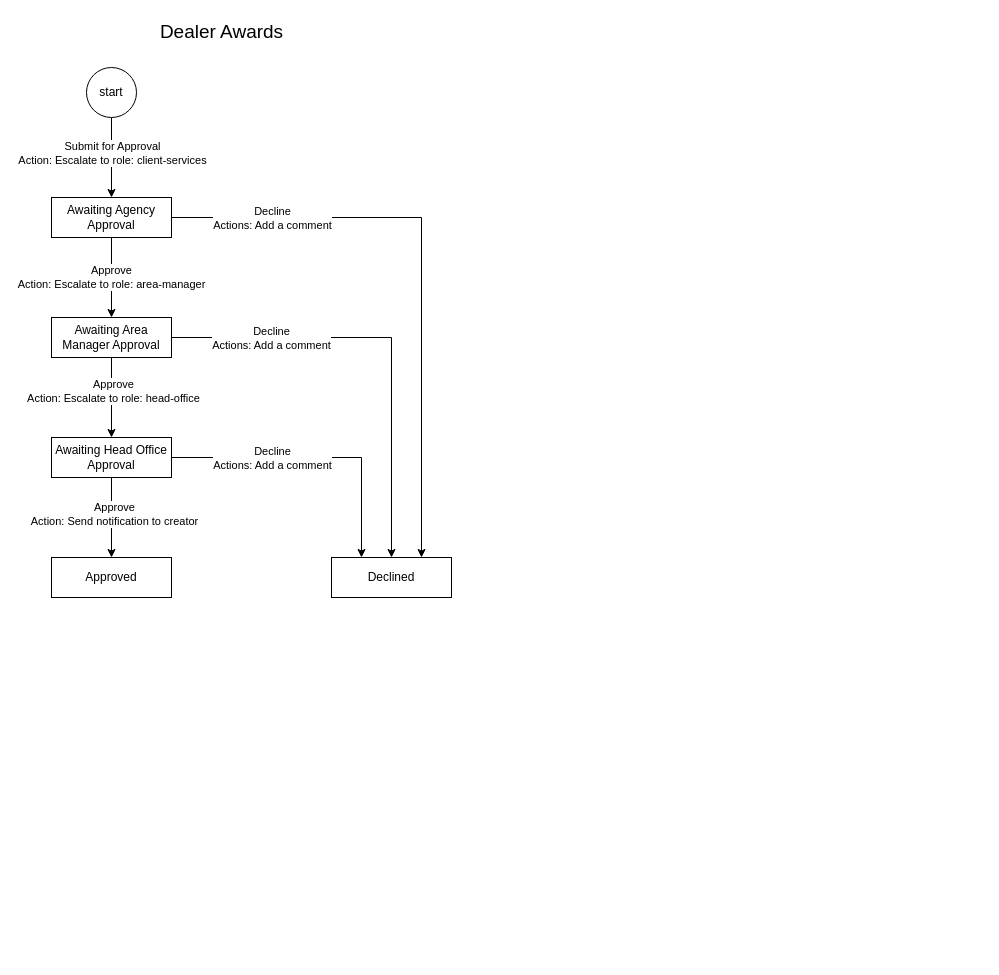
Earlier version of the draw.io diagram Dealer Awards.drawio (rladigital/workflow-diagrams). Source tidied: cells renumbered, new cells numbered last; positions are measured from the earlier drawing's top-left corner, leaving out a move shared by most shapes. Both pictures are drawn from the tidied source at 100%, with x=0, y=0 at pixel (51, 17).
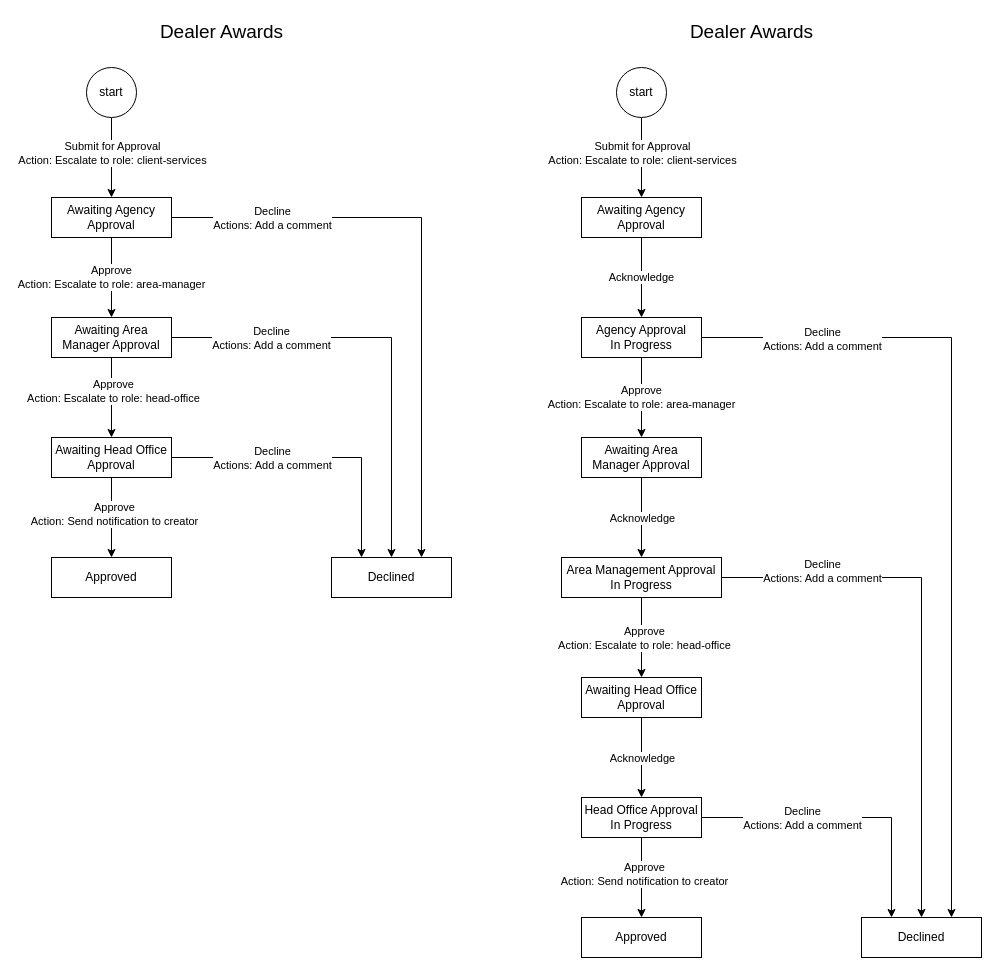
Above is the later version.

Commit message:
Added acknowledge steps

What changed in the source:
```diff
@@
+    <mxCell id="22" value="Dealer Awards" style="text;html=1;strokeColor=none;fillColor=none;align=center;verticalAlign=middle;rounded=0;fontSize=19;" parent="1" vertex="1">
+      <mxGeometry x="670" width="60" height="30" as="geometry" />
+    </mxCell>
+    <mxCell id="23" style="edgeStyle=orthogonalEdgeStyle;rounded=0;jettySize=auto;html=1;exitX=0.5;exitY=1;exitDx=0;exitDy=0;entryX=0.5;entryY=0;entryDx=0;entryDy=0;" parent="1" edge="1" source="25" target="29">
+      <mxGeometry relative="1" as="geometry" />
+    </mxCell>
+    <mxCell id="24" value="Submit for Approval&lt;br&gt;Action: Escalate to role: client-services" style="edgeLabel;html=1;align=center;verticalAlign=middle;" parent="23" vertex="1">
+      <mxGeometry x="-0.36" y="-1" relative="1" as="geometry">
+        <mxPoint x="1" y="9" as="offset" />
+      </mxGeometry>
+    </mxCell>
+    <mxCell id="25" value="start" style="ellipse;whiteSpace=wrap;html=1;" parent="1" vertex="1">
+      <mxGeometry x="565" y="50" width="50" height="50" as="geometry" />
+    </mxCell>
+    <mxCell id="26" value="Acknowledge" style="edgeStyle=orthogonalEdgeStyle;rounded=0;jettySize=auto;html=1;exitX=0.5;exitY=1;exitDx=0;exitDy=0;" parent="1" edge="1" source="29" target="44">
+      <mxGeometry relative="1" as="geometry" />
+    </mxCell>
+    <mxCell id="27" style="edgeStyle=orthogonalEdgeStyle;rounded=0;jettySize=auto;html=1;exitX=1;exitY=0.5;exitDx=0;exitDy=0;entryX=0.75;entryY=0;entryDx=0;entryDy=0;" parent="1" edge="1" source="44" target="43">
+      <mxGeometry relative="1" as="geometry" />
+    </mxCell>
+    <mxCell id="28" value="Decline&lt;br&gt;Actions: Add a comment" style="edgeLabel;html=1;align=center;verticalAlign=middle;" parent="27" vertex="1">
+      <mxGeometry x="-0.22" y="2" relative="1" as="geometry">
+        <mxPoint x="-132" y="-73" as="offset" />
+      </mxGeometry>
+    </mxCell>
+    <mxCell id="29" value="Awaiting Agency Approval" style="rounded=0;whiteSpace=wrap;html=1;" parent="1" vertex="1">
+      <mxGeometry x="530" y="180" width="120" height="40" as="geometry" />
+    </mxCell>
+    <mxCell id="30" style="edgeStyle=orthogonalEdgeStyle;rounded=0;jettySize=auto;html=1;exitX=0.5;exitY=1;exitDx=0;exitDy=0;" parent="1" edge="1" source="49" target="41">
+      <mxGeometry relative="1" as="geometry" />
+    </mxCell>
+    <mxCell id="31" value="Acknowledge" style="edgeLabel;html=1;align=center;verticalAlign=middle;" parent="30" vertex="1">
+      <mxGeometry x="-0.17" y="1" relative="1" as="geometry">
+        <mxPoint x="-1" y="7" as="offset" />
+      </mxGeometry>
+    </mxCell>
+    <mxCell id="32" style="edgeStyle=orthogonalEdgeStyle;rounded=0;jettySize=auto;html=1;exitX=1;exitY=0.5;exitDx=0;exitDy=0;entryX=0.5;entryY=0;entryDx=0;entryDy=0;" parent="1" edge="1" source="48" target="43">
+      <mxGeometry relative="1" as="geometry" />
+    </mxCell>
+    <mxCell id="33" value="Decline&lt;br style=&quot;border-color: var(--border-color);&quot;&gt;Actions: Add a comment" style="edgeLabel;html=1;align=center;verticalAlign=middle;" parent="32" vertex="1">
+      <mxGeometry x="-0.01" y="1" relative="1" as="geometry">
+        <mxPoint x="-101" y="-74" as="offset" />
+      </mxGeometry>
+    </mxCell>
+    <mxCell id="34" style="edgeStyle=orthogonalEdgeStyle;rounded=0;jettySize=auto;html=1;exitX=0.5;exitY=1;exitDx=0;exitDy=0;entryX=0.5;entryY=0;entryDx=0;entryDy=0;" parent="1" edge="1" source="36" target="48">
+      <mxGeometry relative="1" as="geometry" />
+    </mxCell>
+    <mxCell id="35" value="Acknowledge" style="edgeLabel;html=1;align=center;verticalAlign=middle;" parent="34" vertex="1">
+      <mxGeometry x="-0.25" y="-2" relative="1" as="geometry">
+        <mxPoint x="2" y="10" as="offset" />
+      </mxGeometry>
+    </mxCell>
+    <mxCell id="36" value="Awaiting Area Manager Approval" style="rounded=0;whiteSpace=wrap;html=1;" parent="1" vertex="1">
+      <mxGeometry x="530" y="420" width="120" height="40" as="geometry" />
+    </mxCell>
+    <mxCell id="37" style="edgeStyle=orthogonalEdgeStyle;rounded=0;jettySize=auto;html=1;exitX=1;exitY=0.5;exitDx=0;exitDy=0;entryX=0.25;entryY=0;entryDx=0;entryDy=0;" parent="1" edge="1" source="41" target="43">
+      <mxGeometry relative="1" as="geometry" />
+    </mxCell>
+    <mxCell id="38" value="Decline&lt;br style=&quot;border-color: var(--border-color);&quot;&gt;Actions: Add a comment" style="edgeLabel;html=1;align=center;verticalAlign=middle;" parent="37" vertex="1">
+      <mxGeometry x="0.39" y="1" relative="1" as="geometry">
+        <mxPoint x="-91" y="-12" as="offset" />
+      </mxGeometry>
+    </mxCell>
+    <mxCell id="39" style="edgeStyle=orthogonalEdgeStyle;rounded=0;jettySize=auto;html=1;exitX=0.5;exitY=1;exitDx=0;exitDy=0;entryX=0.5;entryY=0;entryDx=0;entryDy=0;" parent="1" edge="1" source="41" target="42">
+      <mxGeometry relative="1" as="geometry" />
+    </mxCell>
+    <mxCell id="40" value="Approve&lt;br style=&quot;border-color: var(--border-color);&quot;&gt;Action: Send notification to creator" style="edgeLabel;html=1;align=center;verticalAlign=middle;" parent="39" vertex="1">
+      <mxGeometry x="-0.1" y="2" relative="1" as="geometry" />
+    </mxCell>
+    <mxCell id="41" value="Head Office Approval&lt;br style=&quot;border-color: var(--border-color);&quot;&gt;In Progress" style="rounded=0;whiteSpace=wrap;html=1;" parent="1" vertex="1">
+      <mxGeometry x="530" y="780" width="120" height="40" as="geometry" />
+    </mxCell>
+    <mxCell id="42" value="Approved" style="rounded=0;whiteSpace=wrap;html=1;" parent="1" vertex="1">
+      <mxGeometry x="530" y="900" width="120" height="40" as="geometry" />
+    </mxCell>
+    <mxCell id="43" value="Declined" style="rounded=0;whiteSpace=wrap;html=1;" parent="1" vertex="1">
+      <mxGeometry x="810" y="900" width="120" height="40" as="geometry" />
+    </mxCell>
+    <mxCell id="44" value="Agency Approval&lt;br&gt;In Progress" style="rounded=0;whiteSpace=wrap;html=1;" parent="1" vertex="1">
+      <mxGeometry x="530" y="300" width="120" height="40" as="geometry" />
+    </mxCell>
+    <mxCell id="45" value="Approve&lt;br&gt;Action: Escalate to role: area-manager" style="edgeStyle=orthogonalEdgeStyle;rounded=0;jettySize=auto;html=1;exitX=0.5;exitY=1;exitDx=0;exitDy=0;entryX=0.5;entryY=0;entryDx=0;entryDy=0;" parent="1" edge="1" source="44" target="36">
+      <mxGeometry relative="1" as="geometry" />
+    </mxCell>
+    <mxCell id="46" style="edgeStyle=orthogonalEdgeStyle;rounded=0;jettySize=auto;html=1;exitX=0.5;exitY=1;exitDx=0;exitDy=0;entryX=0.5;entryY=0;entryDx=0;entryDy=0;" parent="1" edge="1" source="48" target="49">
+      <mxGeometry relative="1" as="geometry" />
+    </mxCell>
+    <mxCell id="47" value="Approve&lt;br style=&quot;border-color: var(--border-color);&quot;&gt;Action: Escalate to role: head-office" style="edgeLabel;html=1;align=center;verticalAlign=middle;" parent="46" vertex="1">
+      <mxGeometry y="2" relative="1" as="geometry" />
+    </mxCell>
+    <mxCell id="48" value="Area Management Approval&lt;br style=&quot;border-color: var(--border-color);&quot;&gt;In Progress" style="rounded=0;whiteSpace=wrap;html=1;" parent="1" vertex="1">
+      <mxGeometry x="510" y="540" width="160" height="40" as="geometry" />
+    </mxCell>
+    <mxCell id="49" value="Awaiting Head Office Approval" style="rounded=0;whiteSpace=wrap;html=1;" parent="1" vertex="1">
+      <mxGeometry x="530" y="660" width="120" height="40" as="geometry" />
+    </mxCell>
```
